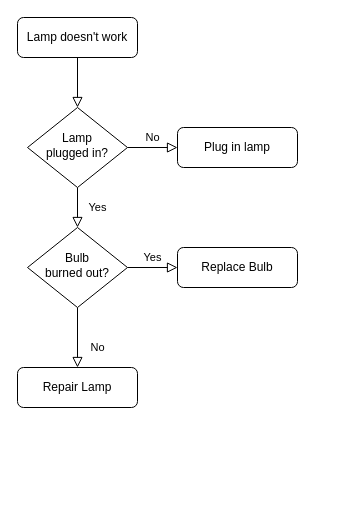
Above: Untitled Diagram.drawio in readyour/ngx-planet (draw.io), before the change. Source tidied: cells renumbered, new cells numbered last; positions are measured from the earlier drawing's top-left corner, leaving out a move shared by most shapes. Both pictures are drawn from the tidied source at 100%, with x=0, y=0 at pixel (17, 17).
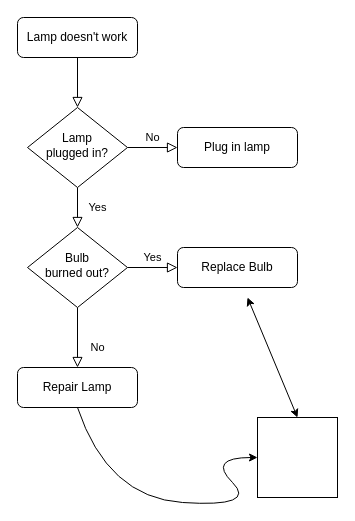
The same diagram, later.

What changed in the source:
```diff
@@
 <mxGraphModel>
   <root>
     <mxCell id="0" />
     <mxCell id="1" parent="0" />
     <mxCell id="2" style="rounded=0;html=1;jettySize=auto;fontSize=11;endArrow=block;endFill=0;endSize=8;strokeWidth=1;shadow=0;labelBackgroundColor=none;edgeStyle=orthogonalEdgeStyle;" parent="1" edge="1" source="3" target="6">
       <mxGeometry relative="1" as="geometry" />
     </mxCell>
     <mxCell id="3" value="Lamp doesn't work" style="rounded=1;whiteSpace=wrap;html=1;fontSize=12;glass=0;strokeWidth=1;shadow=0;" parent="1" vertex="1">
       <mxGeometry width="120" height="40" as="geometry" />
     </mxCell>
     <mxCell id="4" value="Yes" style="rounded=0;html=1;jettySize=auto;fontSize=11;endArrow=block;endFill=0;endSize=8;strokeWidth=1;shadow=0;labelBackgroundColor=none;edgeStyle=orthogonalEdgeStyle;" parent="1" edge="1" source="6" target="10">
       <mxGeometry y="20" relative="1" as="geometry" />
     </mxCell>
     <mxCell id="5" value="No" style="edgeStyle=orthogonalEdgeStyle;rounded=0;html=1;jettySize=auto;fontSize=11;endArrow=block;endFill=0;endSize=8;strokeWidth=1;shadow=0;labelBackgroundColor=none;" parent="1" edge="1" source="6" target="7">
       <mxGeometry y="10" relative="1" as="geometry" />
     </mxCell>
     <mxCell id="6" value="Lamp&lt;br&gt;plugged in?" style="rhombus;whiteSpace=wrap;html=1;shadow=0;fontFamily=Helvetica;fontSize=12;align=center;strokeWidth=1;spacing=6;spacingTop=-4;" parent="1" vertex="1">
       <mxGeometry x="10" y="90" width="100" height="80" as="geometry" />
     </mxCell>
     <mxCell id="7" value="Plug in lamp" style="rounded=1;whiteSpace=wrap;html=1;fontSize=12;glass=0;strokeWidth=1;shadow=0;" parent="1" vertex="1">
       <mxGeometry x="160" y="110" width="120" height="40" as="geometry" />
     </mxCell>
     <mxCell id="8" value="No" style="rounded=0;html=1;jettySize=auto;fontSize=11;endArrow=block;endFill=0;endSize=8;strokeWidth=1;shadow=0;labelBackgroundColor=none;edgeStyle=orthogonalEdgeStyle;" parent="1" edge="1" source="10" target="11">
       <mxGeometry x="0.33" y="20" relative="1" as="geometry" />
     </mxCell>
     <mxCell id="9" value="Yes" style="edgeStyle=orthogonalEdgeStyle;rounded=0;html=1;jettySize=auto;fontSize=11;endArrow=block;endFill=0;endSize=8;strokeWidth=1;shadow=0;labelBackgroundColor=none;" parent="1" edge="1" source="10" target="12">
       <mxGeometry y="10" relative="1" as="geometry" />
     </mxCell>
     <mxCell id="10" value="Bulb&lt;br&gt;burned out?" style="rhombus;whiteSpace=wrap;html=1;shadow=0;fontFamily=Helvetica;fontSize=12;align=center;strokeWidth=1;spacing=6;spacingTop=-4;" parent="1" vertex="1">
       <mxGeometry x="10" y="210" width="100" height="80" as="geometry" />
     </mxCell>
     <mxCell id="11" value="Repair Lamp" style="rounded=1;whiteSpace=wrap;html=1;fontSize=12;glass=0;strokeWidth=1;shadow=0;" parent="1" vertex="1">
       <mxGeometry y="350" width="120" height="40" as="geometry" />
     </mxCell>
     <mxCell id="12" value="Replace Bulb" style="rounded=1;whiteSpace=wrap;html=1;fontSize=12;glass=0;strokeWidth=1;shadow=0;" parent="1" vertex="1">
       <mxGeometry x="160" y="230" width="120" height="40" as="geometry" />
     </mxCell>
+    <mxCell id="13" style="whiteSpace=wrap;html=1;" parent="1" vertex="1">
+      <mxGeometry x="240" y="400" width="80" height="80" as="geometry" />
+    </mxCell>
+    <mxCell id="14" style="curved=1;endArrow=classic;html=1;exitX=0.5;exitY=1;exitDx=0;exitDy=0;" parent="1" edge="1" source="11">
+      <mxGeometry relative="1" as="geometry">
+        <mxPoint x="240" y="440" as="targetPoint" />
+        <Array as="points">
+          <mxPoint x="90" y="480" />
+          <mxPoint x="240" y="490" />
+          <mxPoint x="190" y="440" />
+        </Array>
+      </mxGeometry>
+    </mxCell>
+    <mxCell id="15" style="endArrow=classic;startArrow=classic;html=1;exitX=0.5;exitY=0;exitDx=0;exitDy=0;" parent="1" edge="1" source="13">
+      <mxGeometry relative="1" as="geometry">
+        <mxPoint x="230" y="280" as="targetPoint" />
+      </mxGeometry>
+    </mxCell>
   </root>
 </mxGraphModel>
```
